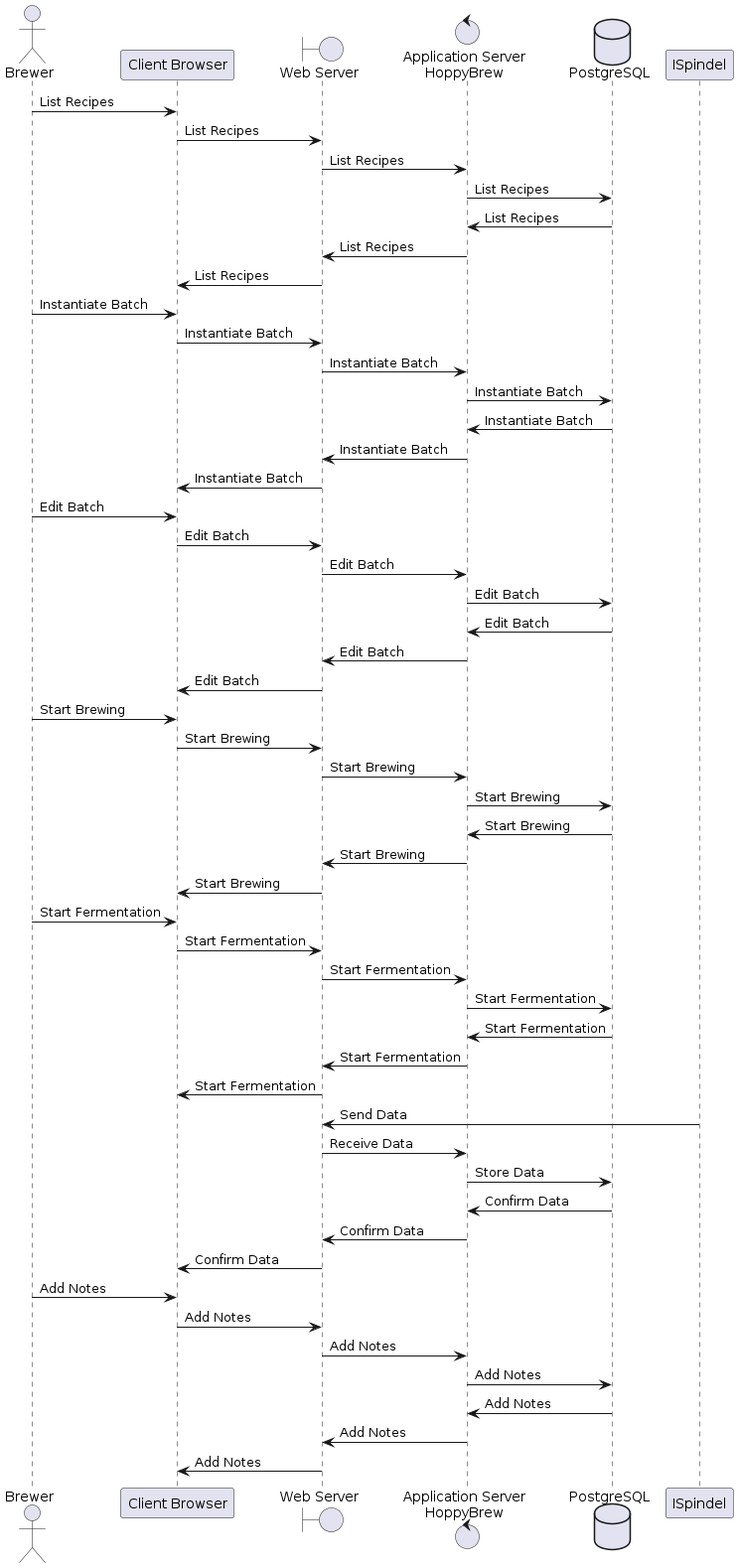
This is documents/01-Conception-Phase/images/07-Runtime-View-CRUD-Batch.png from asbor/iu-project-software-engineering, a PlantUML export, as it was before one commit.
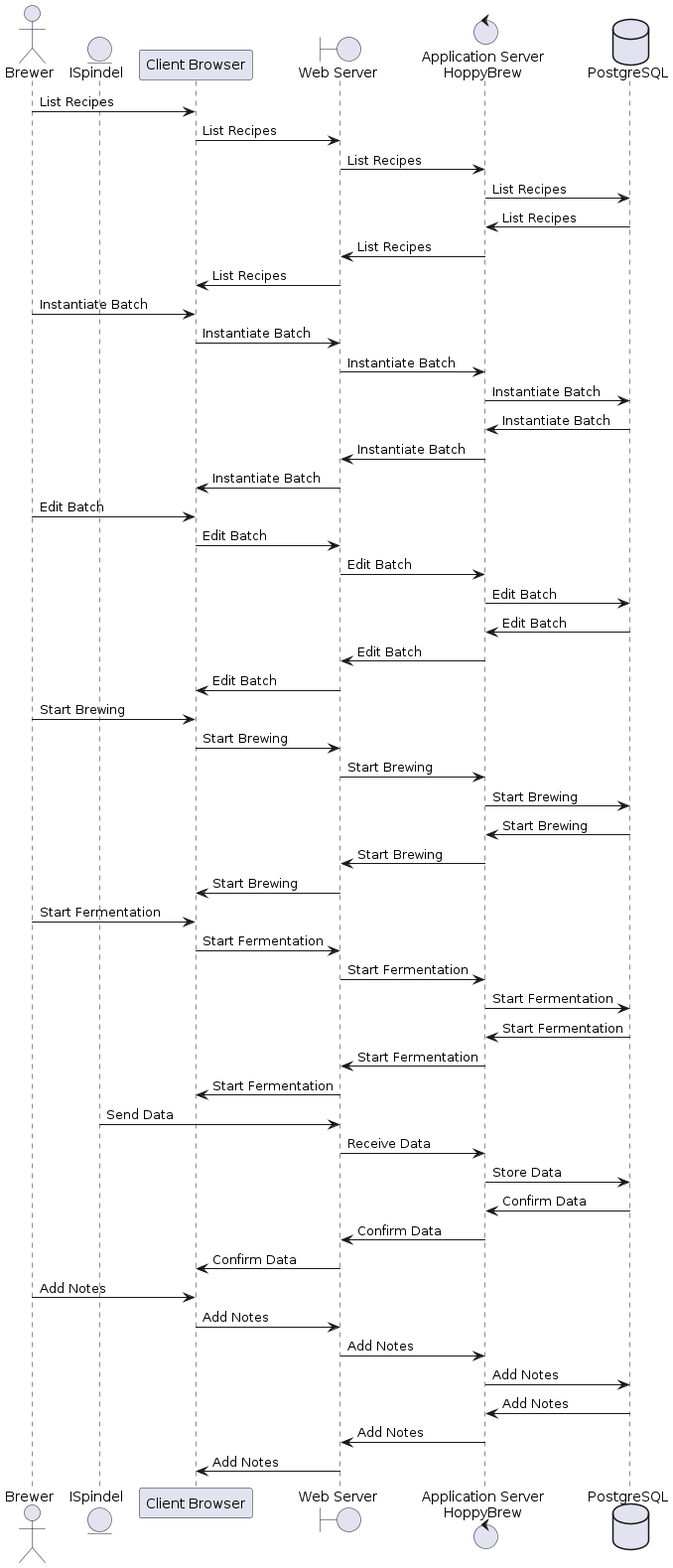
After the commit.

The edit, as a diff of the source:
```diff
@@ -1,6 +1,7 @@
 @startuml 07-Runtime-View-CRUD-Batch
 
 actor Brewer as Brewer
+entity "ISpindel" as ISpindel
 participant "Client Browser" as ClientBrowser
 boundary WebServer as "Web Server"
 control AppServer as "Application Server\nHoppyBrew"
```
